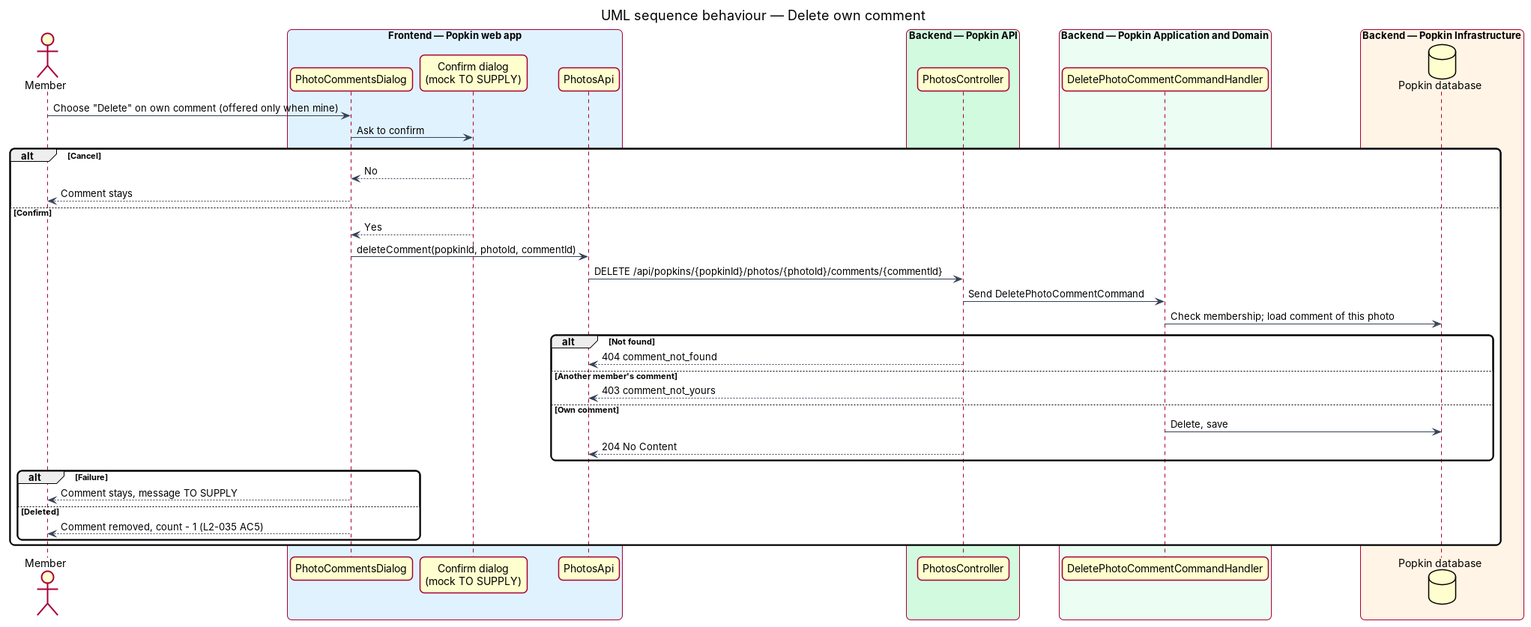
The PlantUML diagram docs/detailed-designs/photos/comment-on-photo/diagrams/sequence-delete-comment.png in QuinntyneBrown/popkin, before a commit. Its source is kept beside it as docs/detailed-designs/photos/comment-on-photo/diagrams/sequence-delete-comment.puml. The source it was exported from:
```plantuml
@startuml
title UML sequence behaviour — Delete own comment
skinparam backgroundColor #FFFFFF
skinparam shadowing false
skinparam roundcorner 12
skinparam defaultFontName Arial
skinparam ArrowColor #344054
skinparam rectangle {
  BorderColor #344054
  FontColor #101828
}
skinparam package {
  BorderColor #667085
  FontColor #101828
  BackgroundColor #F9FAFB
}
actor "Member" as actor
box "Frontend — Popkin web app" #E0F2FE
  participant "PhotoCommentsDialog" as dialog
  participant "Confirm dialog\n(mock TO SUPPLY)" as confirm
  participant "PhotosApi" as client
end box
box "Backend — Popkin API" #D1FADF
  participant "PhotosController" as controller
end box
box "Backend — Popkin Application and Domain" #ECFDF3
  participant "DeletePhotoCommentCommandHandler" as handler
end box
box "Backend — Popkin Infrastructure" #FFF4E5
  database "Popkin database" as db
end box

actor -> dialog : Choose "Delete" on own comment (offered only when mine)
dialog -> confirm : Ask to confirm
alt Cancel
  confirm --> dialog : No
  dialog --> actor : Comment stays
else Confirm
  confirm --> dialog : Yes
  dialog -> client : deleteComment(popkinId, photoId, commentId)
  client -> controller : DELETE /api/popkins/{popkinId}/photos/{photoId}/comments/{commentId}
  controller -> handler : Send DeletePhotoCommentCommand
  handler -> db : Check membership; load comment of this photo
  alt Not found
    controller --> client : 404 comment_not_found
  else Another member's comment
    controller --> client : 403 comment_not_yours
  else Own comment
    handler -> db : Delete, save
    controller --> client : 204 No Content
  end
  alt Failure
    dialog --> actor : Comment stays, message TO SUPPLY
  else Deleted
    dialog --> actor : Comment removed, count - 1 (L2-035 AC5)
  end
end
@enduml
```
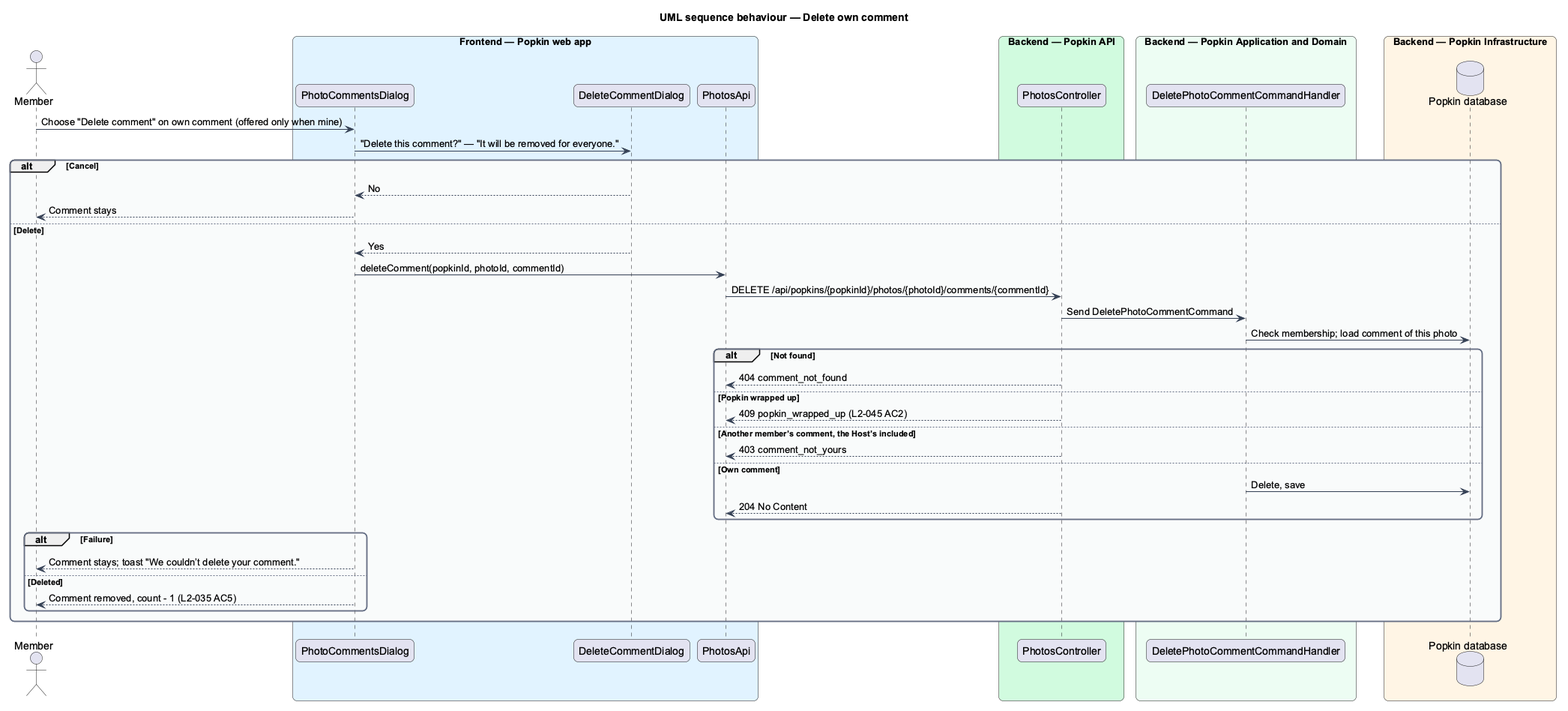
After the change.

Diff of the diagram source:
```diff
@@ -17,7 +17,7 @@
 actor "Member" as actor
 box "Frontend — Popkin web app" #E0F2FE
   participant "PhotoCommentsDialog" as dialog
-  participant "Confirm dialog\n(mock TO SUPPLY)" as confirm
+  participant "DeleteCommentDialog" as confirm
   participant "PhotosApi" as client
 end box
 box "Backend — Popkin API" #D1FADF
@@ -30,12 +30,12 @@
   database "Popkin database" as db
 end box
 
-actor -> dialog : Choose "Delete" on own comment (offered only when mine)
-dialog -> confirm : Ask to confirm
+actor -> dialog : Choose "Delete comment" on own comment (offered only when mine)
+dialog -> confirm : "Delete this comment?" — "It will be removed for everyone."
 alt Cancel
   confirm --> dialog : No
   dialog --> actor : Comment stays
-else Confirm
+else Delete
   confirm --> dialog : Yes
   dialog -> client : deleteComment(popkinId, photoId, commentId)
   client -> controller : DELETE /api/popkins/{popkinId}/photos/{photoId}/comments/{commentId}
@@ -43,14 +43,16 @@
   handler -> db : Check membership; load comment of this photo
   alt Not found
     controller --> client : 404 comment_not_found
-  else Another member's comment
+  else Popkin wrapped up
+    controller --> client : 409 popkin_wrapped_up (L2-045 AC2)
+  else Another member’s comment, the Host’s included
     controller --> client : 403 comment_not_yours
   else Own comment
     handler -> db : Delete, save
     controller --> client : 204 No Content
   end
   alt Failure
-    dialog --> actor : Comment stays, message TO SUPPLY
+    dialog --> actor : Comment stays; toast "We couldn’t delete your comment."
   else Deleted
     dialog --> actor : Comment removed, count - 1 (L2-035 AC5)
   end
```
